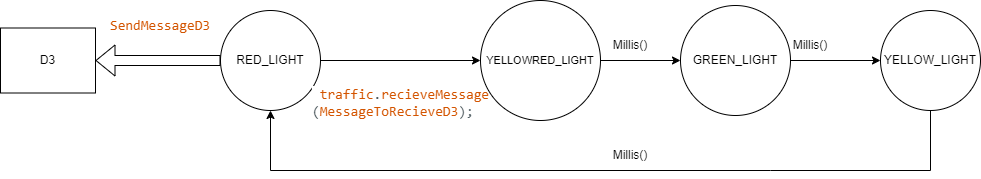
Above: Traffic_light/Diagrams/D3 state machine.png in DustyPetrol/Mictrocontrolers_WS2024_Traffic_light (draw.io), before the change. Source tidied: cells renumbered, new cells last; positions are measured from the earlier drawing's top-left corner, leaving out a move shared by most shapes.
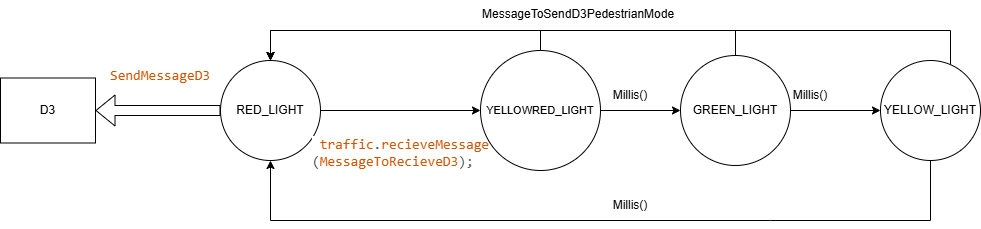
The same file after the commit.

What changed in the source:
```diff
@@ -11,38 +11,57 @@
     <mxCell id="4" style="edgeStyle=orthogonalEdgeStyle;rounded=0;jettySize=auto;html=1;" parent="1" edge="1" source="5" target="7">
       <mxGeometry relative="1" as="geometry" />
     </mxCell>
+    <mxCell id="18" style="edgeStyle=orthogonalEdgeStyle;rounded=0;jettySize=auto;html=1;exitX=0.5;exitY=0;exitDx=0;exitDy=0;entryX=0.5;entryY=0;entryDx=0;entryDy=0;" parent="1" edge="1" source="5" target="3">
+      <mxGeometry relative="1" as="geometry" />
+    </mxCell>
     <mxCell id="5" value="&lt;font style=&quot;font-size: 11px;&quot;&gt;YELLOWRED_LIGHT&lt;/font&gt;" style="ellipse;whiteSpace=wrap;html=1;" parent="1" vertex="1">
       <mxGeometry x="480" width="120" height="120" as="geometry" />
     </mxCell>
     <mxCell id="6" style="edgeStyle=orthogonalEdgeStyle;rounded=0;jettySize=auto;html=1;entryX=0;entryY=0.5;entryDx=0;entryDy=0;" parent="1" edge="1" source="7" target="9">
       <mxGeometry relative="1" as="geometry" />
     </mxCell>
+    <mxCell id="19" style="edgeStyle=orthogonalEdgeStyle;rounded=0;jettySize=auto;html=1;exitX=0.5;exitY=0;exitDx=0;exitDy=0;entryX=0.5;entryY=0;entryDx=0;entryDy=0;" parent="1" edge="1" source="7" target="3">
+      <mxGeometry relative="1" as="geometry">
+        <Array as="points">
+          <mxPoint x="735" y="-20" />
+          <mxPoint x="270" y="-20" />
+        </Array>
+      </mxGeometry>
+    </mxCell>
     <mxCell id="7" value="GREEN_LIGHT" style="ellipse;whiteSpace=wrap;html=1;" parent="1" vertex="1">
       <mxGeometry x="680" y="5" width="110" height="110" as="geometry" />
     </mxCell>
-    <mxCell id="8" style="edgeStyle=orthogonalEdgeStyle;rounded=0;jettySize=auto;html=1;exitX=0.5;exitY=1;exitDx=0;exitDy=0;entryX=0.5;entryY=1;entryDx=0;entryDy=0;" parent="1" edge="1" source="9" target="3">
-      <mxGeometry relative="1" as="geometry">
-        <Array as="points">
-          <mxPoint x="770" y="170" />
-          <mxPoint x="360" y="170" />
-        </Array>
-      </mxGeometry>
-    </mxCell>
+    <mxCell id="20" style="edgeStyle=orthogonalEdgeStyle;rounded=0;jettySize=auto;html=1;exitX=0.5;exitY=1;exitDx=0;exitDy=0;entryX=0.5;entryY=1;entryDx=0;entryDy=0;" parent="1" edge="1" source="9" target="3">
+      <mxGeometry relative="1" as="geometry">
+        <Array as="points">
+          <mxPoint x="770" y="170" />
+          <mxPoint x="360" y="170" />
+        </Array>
+      </mxGeometry>
+    </mxCell>
+    <mxCell id="21" style="edgeStyle=orthogonalEdgeStyle;rounded=0;jettySize=auto;html=1;entryX=0.5;entryY=0;entryDx=0;entryDy=0;" parent="1" edge="1" source="9" target="3">
+      <mxGeometry relative="1" as="geometry">
+        <Array as="points">
+          <mxPoint x="950" y="-20" />
+          <mxPoint x="270" y="-20" />
+        </Array>
+      </mxGeometry>
+    </mxCell>
     <mxCell id="9" value="YELLOW_LIGHT" style="ellipse;whiteSpace=wrap;html=1;" parent="1" vertex="1">
       <mxGeometry x="880" y="10" width="100" height="100" as="geometry" />
     </mxCell>
     <mxCell id="10" value="&lt;span style=&quot;color: rgba(0, 0, 0, 0); font-family: monospace; font-size: 0px; text-align: start; text-wrap: nowrap;&quot;&gt;%3CmxGraphModel%3E%3Croot%3E%3CmxCell%20id%3D%220%22%2F%3E%3CmxCell%20id%3D%221%22%20parent%3D%220%22%2F%3E%3CmxCell%20id%3D%222%22%20value%3D%22ReceavedMessage%20%3D%3D%20200%22%20style%3D%22text%3BwhiteSpace%3Dwrap%3B%22%20vertex%3D%221%22%20parent%3D%221%22%3E%3CmxGeometry%20x%3D%22300%22%20y%3D%22-180%22%20width%3D%22120%22%20height%3D%2240%22%20as%3D%22geometry%22%2F%3E%3C%2FmxCell%3E%3C%2Froot%3E%3C%2FmxGraphModel%3E&lt;/span&gt;" style="text;html=1;align=center;verticalAlign=middle;whiteSpace=wrap;rounded=0;" parent="1" vertex="1">
       <mxGeometry x="400" y="30" width="60" height="30" as="geometry" />
     </mxCell>
-    <mxCell id="11" value="Millis()" style="text;html=1;align=center;verticalAlign=middle;whiteSpace=wrap;rounded=0;" parent="1" vertex="1">
-      <mxGeometry x="600" y="30" width="60" height="30" as="geometry" />
-    </mxCell>
-    <mxCell id="12" value="Millis()" style="text;html=1;align=center;verticalAlign=middle;whiteSpace=wrap;rounded=0;" parent="1" vertex="1">
-      <mxGeometry x="780" y="30" width="60" height="30" as="geometry" />
-    </mxCell>
-    <mxCell id="13" value="Millis()" style="text;html=1;align=center;verticalAlign=middle;whiteSpace=wrap;rounded=0;" parent="1" vertex="1">
-      <mxGeometry x="600" y="140" width="60" height="30" as="geometry" />
-    </mxCell>
+    <mxCell id="22" value="Millis()" style="text;html=1;align=center;verticalAlign=middle;whiteSpace=wrap;rounded=0;" parent="1" vertex="1">
+      <mxGeometry x="600" y="30" width="60" height="30" as="geometry" />
+    </mxCell>
+    <mxCell id="23" value="Millis()" style="text;html=1;align=center;verticalAlign=middle;whiteSpace=wrap;rounded=0;" parent="1" vertex="1">
+      <mxGeometry x="780" y="30" width="60" height="30" as="geometry" />
+    </mxCell>
+    <mxCell id="24" value="Millis()" style="text;html=1;align=center;verticalAlign=middle;whiteSpace=wrap;rounded=0;" parent="1" vertex="1">
+      <mxGeometry x="600" y="140" width="60" height="30" as="geometry" />
+    </mxCell>
     <mxCell id="14" value="&lt;span style=&quot;color: rgb(78, 91, 97); font-family: Consolas, &amp;quot;Courier New&amp;quot;, monospace; font-size: 14px; text-align: center; white-space: pre; background-color: rgb(255, 255, 255);&quot;&gt;&amp;nbsp;&lt;/span&gt;&lt;span style=&quot;font-family: Consolas, &amp;quot;Courier New&amp;quot;, monospace; font-size: 14px; text-align: center; white-space: pre; color: rgb(211, 84, 0);&quot;&gt;traffic&lt;/span&gt;&lt;span style=&quot;color: rgb(78, 91, 97); font-family: Consolas, &amp;quot;Courier New&amp;quot;, monospace; font-size: 14px; text-align: center; white-space: pre; background-color: rgb(255, 255, 255);&quot;&gt;.&lt;/span&gt;&lt;span style=&quot;font-family: Consolas, &amp;quot;Courier New&amp;quot;, monospace; font-size: 14px; text-align: center; white-space: pre; color: rgb(211, 84, 0);&quot;&gt;recieveMessage&lt;/span&gt;&lt;div&gt;&lt;span style=&quot;font-family: Consolas, &amp;quot;Courier New&amp;quot;, monospace; font-size: 14px; text-align: center; white-space: pre; color: rgb(67, 79, 84);&quot;&gt;(&lt;/span&gt;&lt;span style=&quot;font-family: Consolas, &amp;quot;Courier New&amp;quot;, monospace; font-size: 14px; text-align: center; white-space: pre; color: rgb(211, 84, 0);&quot;&gt;MessageToRecieveD3&lt;/span&gt;&lt;span style=&quot;font-family: Consolas, &amp;quot;Courier New&amp;quot;, monospace; font-size: 14px; text-align: center; white-space: pre; color: rgb(67, 79, 84);&quot;&gt;)&lt;/span&gt;&lt;span style=&quot;color: rgb(78, 91, 97); font-family: Consolas, &amp;quot;Courier New&amp;quot;, monospace; font-size: 14px; text-align: center; white-space: pre; background-color: rgb(255, 255, 255);&quot;&gt;;&lt;/span&gt;&lt;/div&gt;" style="text;whiteSpace=wrap;html=1;" parent="1" vertex="1">
       <mxGeometry x="310" y="80" width="130" height="40" as="geometry" />
     </mxCell>
@@ -55,5 +74,8 @@
     <mxCell id="17" value="&lt;div style=&quot;color: rgb(78, 91, 97); background-color: rgb(255, 255, 255); font-family: Consolas, &amp;quot;Courier New&amp;quot;, monospace; font-size: 14px; line-height: 19px; white-space: pre;&quot;&gt;&lt;span style=&quot;color: #d35400;&quot;&gt;SendMessageD3&lt;/span&gt;&lt;/div&gt;" style="text;html=1;align=center;verticalAlign=middle;whiteSpace=wrap;rounded=0;" parent="1" vertex="1">
       <mxGeometry x="130" y="10" width="60" height="30" as="geometry" />
     </mxCell>
+    <mxCell id="25" value="MessageToSendD3PedestrianMode" style="text;whiteSpace=wrap;" parent="1" vertex="1">
+      <mxGeometry x="480" y="-50" width="230" height="40" as="geometry" />
+    </mxCell>
   </root>
 </mxGraphModel>
```
